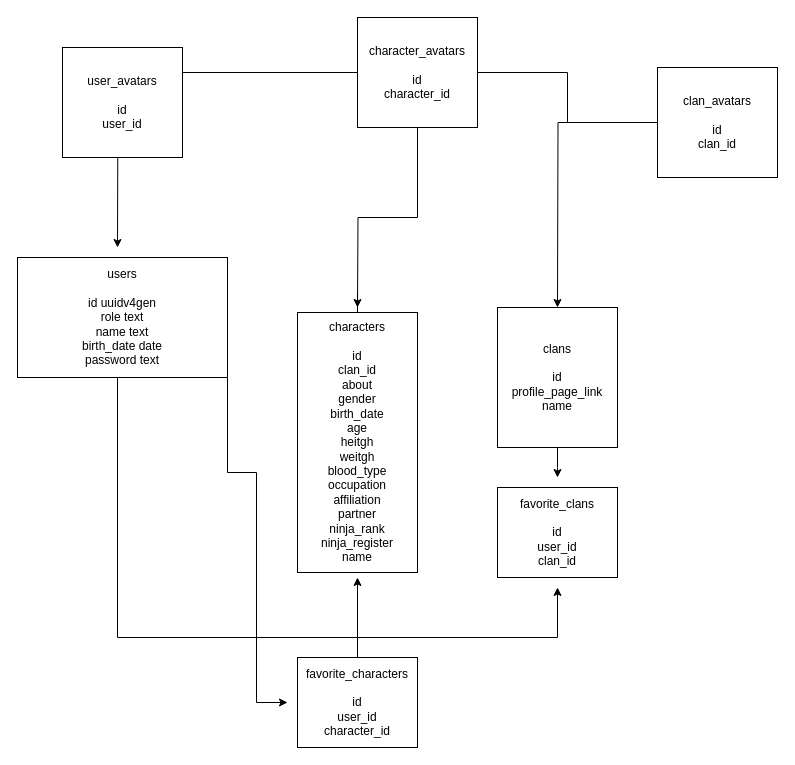
Before: Modelagem Banco API Naruto.drawio in MVIEIRAB/naruto-api, a draw.io diagram. Source tidied: cells renumbered, new cells numbered last; positions are measured from the earlier drawing's top-left corner, leaving out a move shared by most shapes. Both pictures are drawn from the tidied source at 100%, with x=0, y=0 at pixel (17, 17).
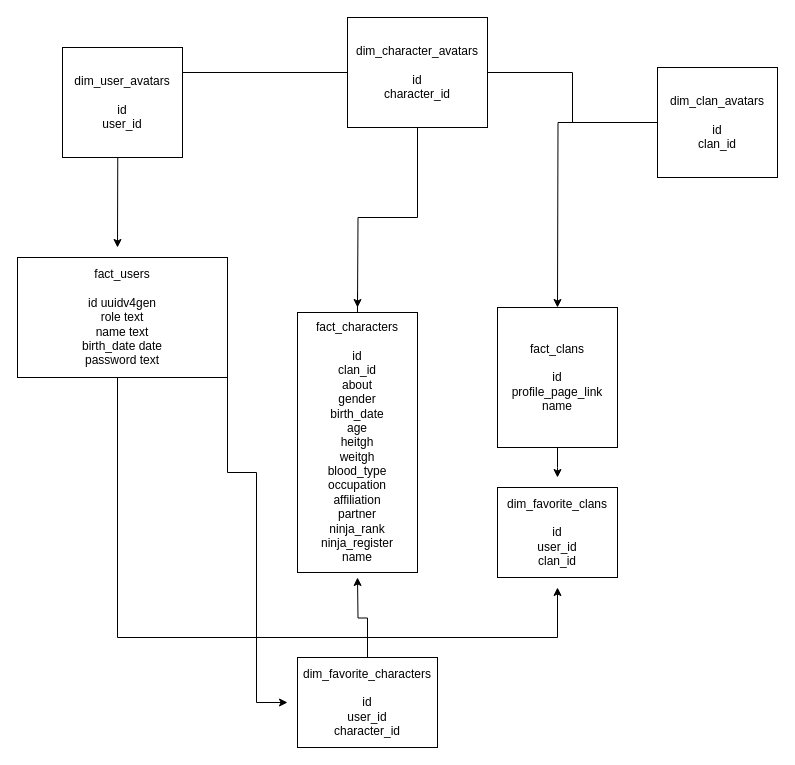
After the change.

Change to the diagram source:
```diff
@@
-    <mxCell id="4" value="users&lt;br&gt;&lt;br&gt;id uuidv4gen&lt;br&gt;role text&lt;br&gt;name text&lt;br&gt;birth_date date&lt;br&gt;password text" style="rounded=0;whiteSpace=wrap;html=1;" parent="1" vertex="1">
+    <mxCell id="4" value="fact_users&lt;br&gt;&lt;br&gt;id uuidv4gen&lt;br&gt;role text&lt;br&gt;name text&lt;br&gt;birth_date date&lt;br&gt;password text" style="rounded=0;whiteSpace=wrap;html=1;" parent="1" vertex="1">
       <mxGeometry y="240" width="210" height="120" as="geometry" />
     </mxCell>
@@
-    <mxCell id="6" value="characters&lt;br&gt;&lt;br&gt;id&lt;br&gt;clan_id&lt;br&gt;about&lt;br&gt;gender&lt;br&gt;birth_date&lt;br&gt;age&lt;br&gt;heitgh&lt;br&gt;weitgh&lt;br&gt;blood_type&lt;br&gt;occupation&lt;br&gt;affiliation&lt;br&gt;partner&lt;br&gt;ninja_rank&lt;br&gt;ninja_register&lt;br&gt;name" style="rounded=0;whiteSpace=wrap;html=1;" parent="1" vertex="1">
+    <mxCell id="6" value="fact_characters&lt;br&gt;&lt;br&gt;id&lt;br&gt;clan_id&lt;br&gt;about&lt;br&gt;gender&lt;br&gt;birth_date&lt;br&gt;age&lt;br&gt;heitgh&lt;br&gt;weitgh&lt;br&gt;blood_type&lt;br&gt;occupation&lt;br&gt;affiliation&lt;br&gt;partner&lt;br&gt;ninja_rank&lt;br&gt;ninja_register&lt;br&gt;name" style="rounded=0;whiteSpace=wrap;html=1;" parent="1" vertex="1">
       <mxGeometry x="280" y="295" width="120" height="260" as="geometry" />
     </mxCell>
@@
-    <mxCell id="8" value="clans&lt;br&gt;&lt;br&gt;id&lt;br&gt;profile_page_link&lt;br&gt;name" style="rounded=0;whiteSpace=wrap;html=1;" parent="1" vertex="1">
+    <mxCell id="8" value="fact_clans&lt;br&gt;&lt;br&gt;id&lt;br&gt;profile_page_link&lt;br&gt;name" style="rounded=0;whiteSpace=wrap;html=1;" parent="1" vertex="1">
       <mxGeometry x="480" y="290" width="120" height="140" as="geometry" />
     </mxCell>
@@
-    <mxCell id="10" value="favorite_characters&lt;br&gt;&lt;br&gt;id&lt;br&gt;user_id&lt;br&gt;character_id" style="rounded=0;whiteSpace=wrap;html=1;" parent="1" vertex="1">
-      <mxGeometry x="280" y="640" width="120" height="90" as="geometry" />
+    <mxCell id="10" value="dim_favorite_characters&lt;br&gt;&lt;br&gt;id&lt;br&gt;user_id&lt;br&gt;character_id" style="rounded=0;whiteSpace=wrap;html=1;" parent="1" vertex="1">
+      <mxGeometry x="280" y="640" width="140" height="90" as="geometry" />
     </mxCell>
-    <mxCell id="11" value="favorite_clans&lt;br&gt;&lt;br&gt;id&lt;br&gt;user_id&lt;br&gt;clan_id" style="rounded=0;whiteSpace=wrap;html=1;" parent="1" vertex="1">
+    <mxCell id="11" value="dim_favorite_clans&lt;br&gt;&lt;br&gt;id&lt;br&gt;user_id&lt;br&gt;clan_id" style="rounded=0;whiteSpace=wrap;html=1;" parent="1" vertex="1">
       <mxGeometry x="480" y="470" width="120" height="90" as="geometry" />
     </mxCell>
@@
-    <mxCell id="15" value="character_avatars&lt;br&gt;&lt;br&gt;id&lt;br&gt;character_id" style="rounded=0;whiteSpace=wrap;html=1;" parent="1" vertex="1">
-      <mxGeometry x="340" width="120" height="110" as="geometry" />
+    <mxCell id="15" value="dim_character_avatars&lt;br&gt;&lt;br&gt;id&lt;br&gt;character_id" style="rounded=0;whiteSpace=wrap;html=1;" parent="1" vertex="1">
+      <mxGeometry x="330" width="140" height="110" as="geometry" />
     </mxCell>
-    <mxCell id="16" value="user_avatars&lt;br&gt;&lt;br&gt;id&lt;br&gt;user_id" style="rounded=0;whiteSpace=wrap;html=1;" parent="1" vertex="1">
+    <mxCell id="16" value="dim_user_avatars&lt;br&gt;&lt;br&gt;id&lt;br&gt;user_id" style="rounded=0;whiteSpace=wrap;html=1;" parent="1" vertex="1">
       <mxGeometry x="45" y="30" width="120" height="110" as="geometry" />
     </mxCell>
@@
-    <mxCell id="18" value="clan_avatars&lt;br&gt;&lt;br&gt;id&lt;br&gt;clan_id" style="rounded=0;whiteSpace=wrap;html=1;" parent="1" vertex="1">
+    <mxCell id="18" value="dim_clan_avatars&lt;br&gt;&lt;br&gt;id&lt;br&gt;clan_id" style="rounded=0;whiteSpace=wrap;html=1;" parent="1" vertex="1">
       <mxGeometry x="640" y="50" width="120" height="110" as="geometry" />
     </mxCell>
```
